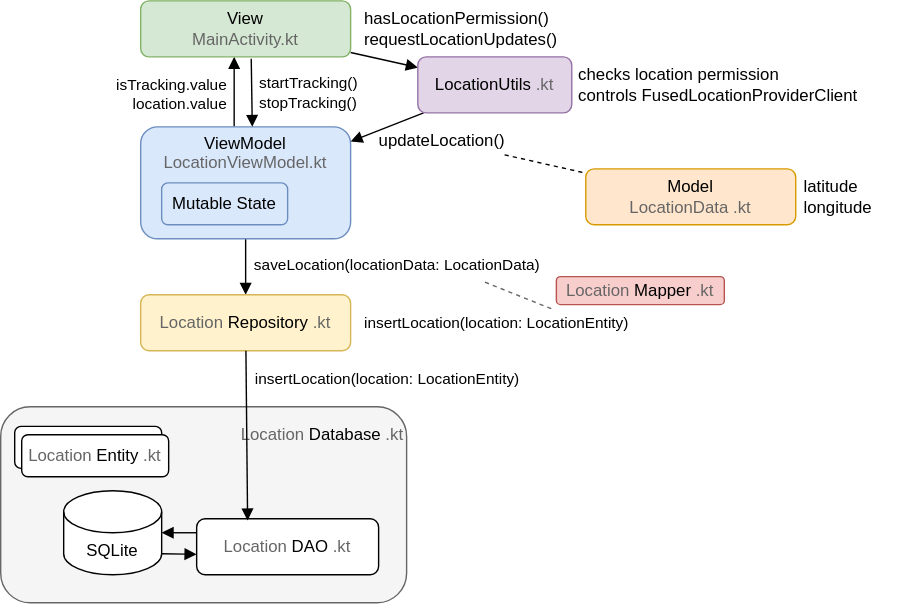
Before: app-architecture.drawio.svg, a diagram exported from draw.io (lchristmann/Tracker). Source tidied: cells renumbered, new cells last; positions are measured from the earlier drawing's top-left corner, leaving out a move shared by most shapes.
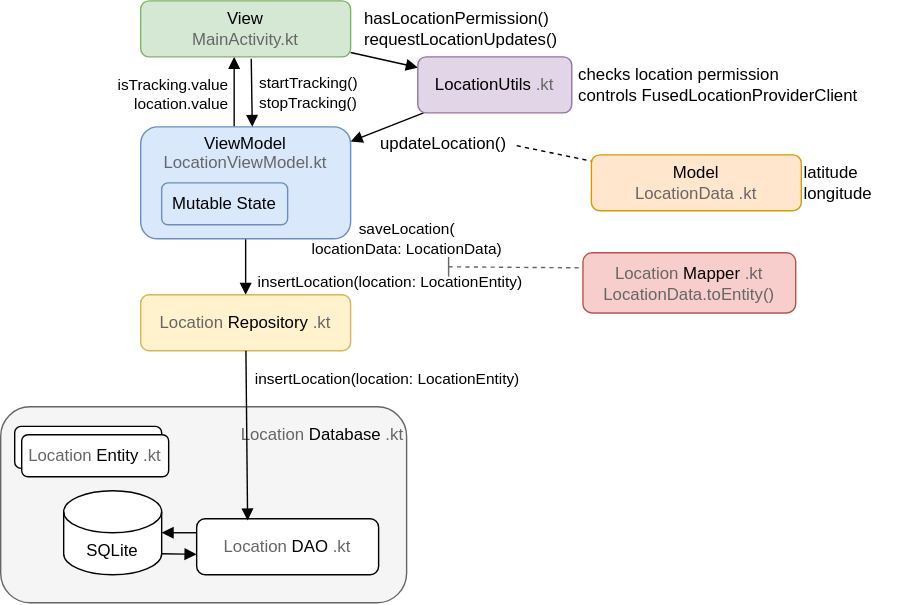
After the change.

Commit message:
docs: add development notes + improve app architecture

Diff of the diagram source:
```diff
@@ -33,9 +33,9 @@
     <mxCell id="9" style="edgeStyle=none;html=1;endArrow=block;endFill=1;" parent="1" edge="1" source="11" target="12">
       <mxGeometry relative="1" as="geometry" />
     </mxCell>
-    <mxCell id="10" value="saveLocation(locationData: LocationData)" style="edgeLabel;html=1;align=center;verticalAlign=middle;" parent="9" vertex="1">
+    <mxCell id="10" value="saveLocation(&lt;div&gt;locationData: LocationData)&lt;/div&gt;" style="edgeLabel;html=1;align=center;verticalAlign=middle;" parent="9" vertex="1">
       <mxGeometry x="-0.21" y="-1" relative="1" as="geometry">
-        <mxPoint x="109" y="3" as="offset" />
+        <mxPoint x="116" y="-16" as="offset" />
       </mxGeometry>
     </mxCell>
     <mxCell id="11" value="ViewModel&lt;div&gt;&lt;font style=&quot;color: rgb(102, 102, 102);&quot;&gt;LocationViewModel.kt&lt;/font&gt;&lt;/div&gt;&lt;div&gt;&lt;br&gt;&lt;/div&gt;&lt;div&gt;&lt;br&gt;&lt;/div&gt;&lt;div&gt;&lt;br&gt;&lt;/div&gt;" style="rounded=1;whiteSpace=wrap;html=1;fillColor=#dae8fc;strokeColor=#6c8ebf;" parent="1" vertex="1">
@@ -70,7 +70,7 @@
     </mxCell>
     <mxCell id="21" value="insertLocation(location: LocationEntity)" style="edgeLabel;html=1;align=center;verticalAlign=middle;" parent="20" vertex="1">
       <mxGeometry x="-0.66" relative="1" as="geometry">
-        <mxPoint x="178" y="-41" as="offset" />
+        <mxPoint x="102" y="-70" as="offset" />
       </mxGeometry>
     </mxCell>
     <mxCell id="22" value="insertLocation(location: LocationEntity)" style="edgeLabel;html=1;align=center;verticalAlign=middle;" parent="20" vertex="1">
@@ -81,12 +81,9 @@
     <mxCell id="23" value="Mutable State" style="rounded=1;whiteSpace=wrap;html=1;fillColor=#dae8fc;strokeColor=#6c8ebf;" parent="1" vertex="1">
       <mxGeometry x="115" y="130" width="90" height="30" as="geometry" />
     </mxCell>
-    <mxCell id="24" style="edgeStyle=none;html=1;dashed=1;endArrow=none;endFill=0;exitX=0.909;exitY=0.833;exitDx=0;exitDy=0;exitPerimeter=0;" parent="1" edge="1" source="25" target="30">
+    <mxCell id="24" style="edgeStyle=none;html=1;dashed=1;endArrow=none;endFill=0;exitX=0.978;exitY=0.548;exitDx=0;exitDy=0;exitPerimeter=0;" parent="1" edge="1" source="25" target="30">
       <mxGeometry relative="1" as="geometry" />
     </mxCell>
-    <mxCell id="25" value="updateLocation()" style="text;html=1;align=center;verticalAlign=middle;points=[];strokeColor=none;fillColor=none;" parent="1" vertex="1">
-      <mxGeometry x="260" y="85" width="110" height="30" as="geometry" />
-    </mxCell>
     <mxCell id="26" value="hasLocationPermission()&lt;br&gt;&lt;div&gt;requestLocationUpdates()&lt;/div&gt;" style="text;html=1;align=left;verticalAlign=middle;strokeColor=none;fillColor=none;fontColor=#000000;" parent="1" vertex="1">
       <mxGeometry x="258" width="160" height="40" as="geometry" />
     </mxCell>
@@ -98,16 +95,15 @@
         <mxPoint x="290" y="364.3" as="sourcePoint" />
       </mxGeometry>
     </mxCell>
-    <mxCell id="29" value="&lt;font style=&quot;color: rgb(102, 102, 102);&quot;&gt;Location&lt;/font&gt;Mapper&lt;font style=&quot;color: rgb(102, 102, 102);&quot;&gt;.kt&lt;/font&gt;" style="rounded=1;whiteSpace=wrap;html=1;fillColor=#f8cecc;strokeColor=#b85450;" parent="1" vertex="1">
-      <mxGeometry x="397" y="197" width="120" height="20" as="geometry" />
+    <mxCell id="29" value="&lt;font style=&quot;color: rgb(102, 102, 102);&quot;&gt;Location&lt;/font&gt;Mapper&lt;font style=&quot;color: rgb(102, 102, 102);&quot;&gt;.kt&lt;/font&gt;&lt;div&gt;&lt;font style=&quot;color: rgb(102, 102, 102);&quot;&gt;LocationData.toEntity()&lt;/font&gt;&lt;/div&gt;" style="rounded=1;whiteSpace=wrap;html=1;fillColor=#f8cecc;strokeColor=#b85450;" parent="1" vertex="1">
+      <mxGeometry x="416" y="180" width="152" height="43" as="geometry" />
     </mxCell>
     <mxCell id="30" value="&lt;div&gt;&lt;font style=&quot;color: rgb(0, 0, 0);&quot;&gt;Model&lt;/font&gt;&lt;/div&gt;&lt;font style=&quot;color: rgb(102, 102, 102);&quot;&gt;LocationData&lt;/font&gt;&lt;span style=&quot;background-color: transparent;&quot;&gt;&lt;font style=&quot;color: rgb(102, 102, 102);&quot;&gt;.kt&lt;/font&gt;&lt;/span&gt;" style="rounded=1;whiteSpace=wrap;html=1;fillColor=#ffe6cc;strokeColor=#d79b00;" parent="1" vertex="1">
-      <mxGeometry x="418" y="120" width="150" height="40" as="geometry" />
+      <mxGeometry x="422" y="110" width="150" height="40" as="geometry" />
     </mxCell>
-    <mxCell id="31" style="endArrow=none;dashed=1;html=1;fillColor=#f5f5f5;strokeColor=#666666;" parent="1" edge="1">
+    <mxCell id="31" style="endArrow=none;dashed=1;html=1;fillColor=#f5f5f5;strokeColor=#666666;entryX=0;entryY=0.25;entryDx=0;entryDy=0;" parent="1" edge="1" target="29">
       <mxGeometry relative="1" as="geometry">
-        <mxPoint x="346" y="201" as="sourcePoint" />
-        <mxPoint x="396" y="221" as="targetPoint" />
+        <mxPoint x="320" y="190" as="sourcePoint" />
       </mxGeometry>
     </mxCell>
     <mxCell id="32" style="edgeStyle=none;html=1;entryX=0.507;entryY=-0.017;entryDx=0;entryDy=0;entryPerimeter=0;endArrow=block;endFill=1;" parent="1" edge="1">
@@ -117,7 +113,16 @@
       </mxGeometry>
     </mxCell>
     <mxCell id="33" value="latitude&lt;div&gt;longitude&lt;/div&gt;" style="text;html=1;align=left;verticalAlign=middle;strokeColor=none;fillColor=none;" parent="1" vertex="1">
-      <mxGeometry x="572" y="120" width="70" height="40" as="geometry" />
+      <mxGeometry x="572" y="110" width="70" height="40" as="geometry" />
     </mxCell>
+    <mxCell id="25" value="updateLocation()" style="text;html=1;align=center;verticalAlign=middle;points=[];strokeColor=none;fillColor=none;" parent="1" vertex="1">
+      <mxGeometry x="261" y="87" width="110" height="30" as="geometry" />
+    </mxCell>
+    <mxCell id="34" style="endArrow=none;html=1;fillColor=#f5f5f5;strokeColor=#666666;endFill=0;" parent="1" edge="1">
+      <mxGeometry relative="1" as="geometry">
+        <mxPoint x="320" y="183" as="sourcePoint" />
+        <mxPoint x="320" y="197" as="targetPoint" />
+      </mxGeometry>
+    </mxCell>
   </root>
 </mxGraphModel>
```
